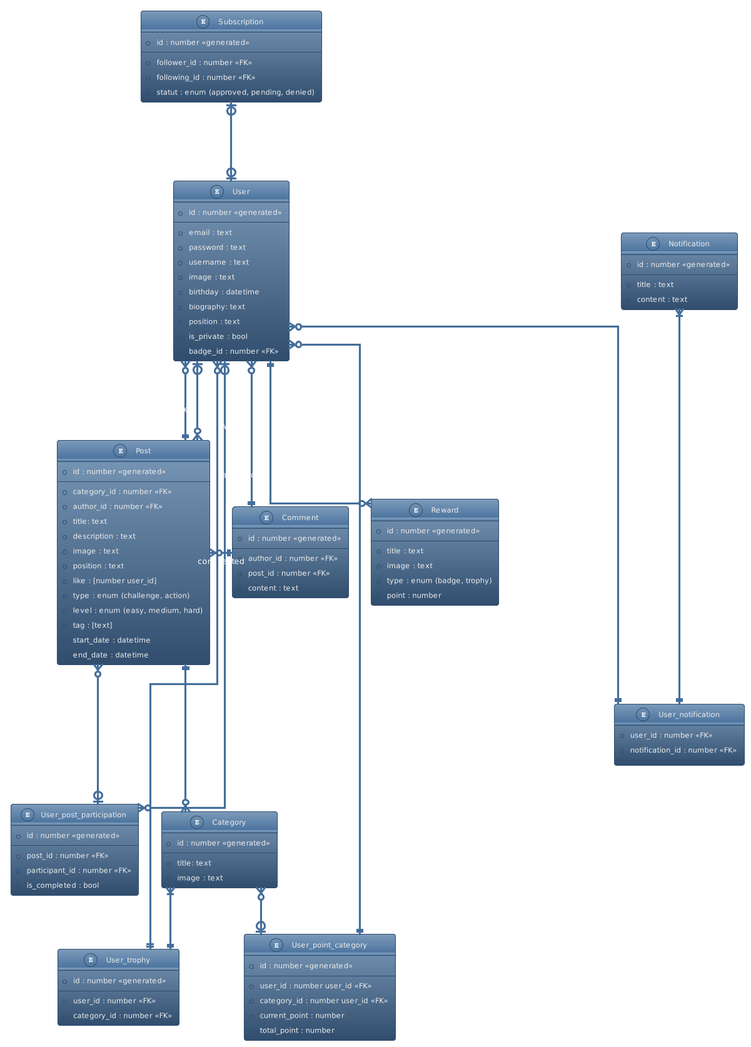
This is conception/diagrams/entity_relation/entity_relation_join_tables.png from Eco-Gest/Frontend-Flutter, a PlantUML export, as it was before one commit.
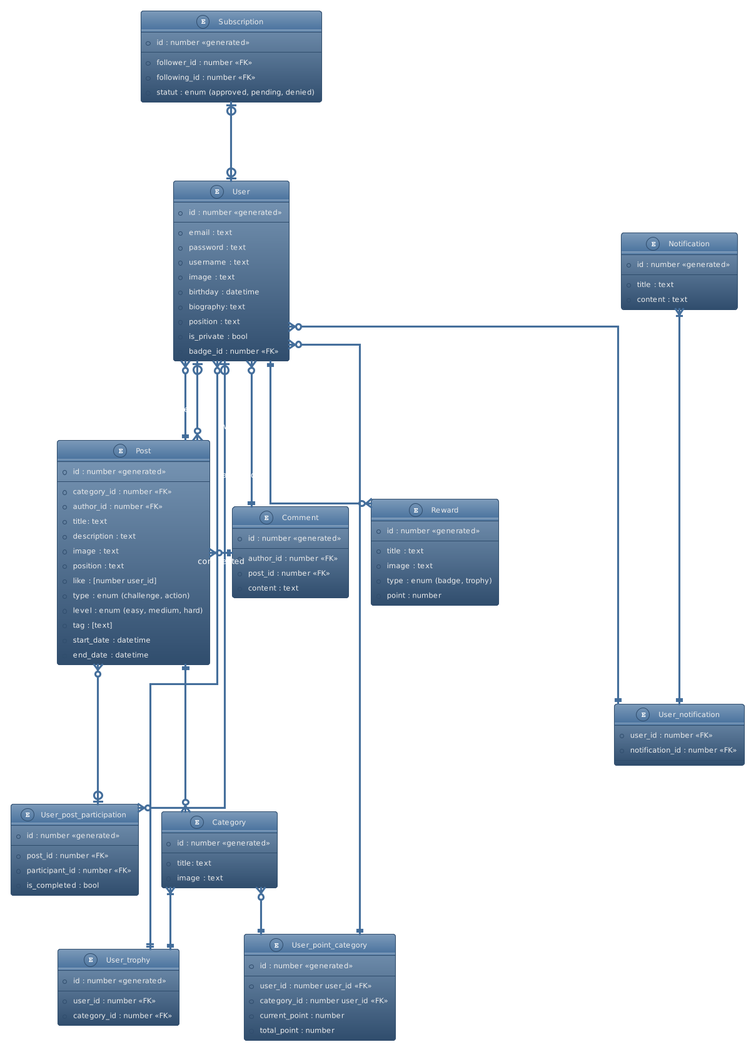
The same diagram one commit later.

Commit message:
entity relations

Diff of the diagram source:
```diff
@@ -116,5 +116,5 @@
 u }o--|| upc : has points in
 u }o--|| ut : has
 cat }|--|| ut : has
-cat }o--o| upc : has
+cat }o--|| upc : has
 @enduml
```
